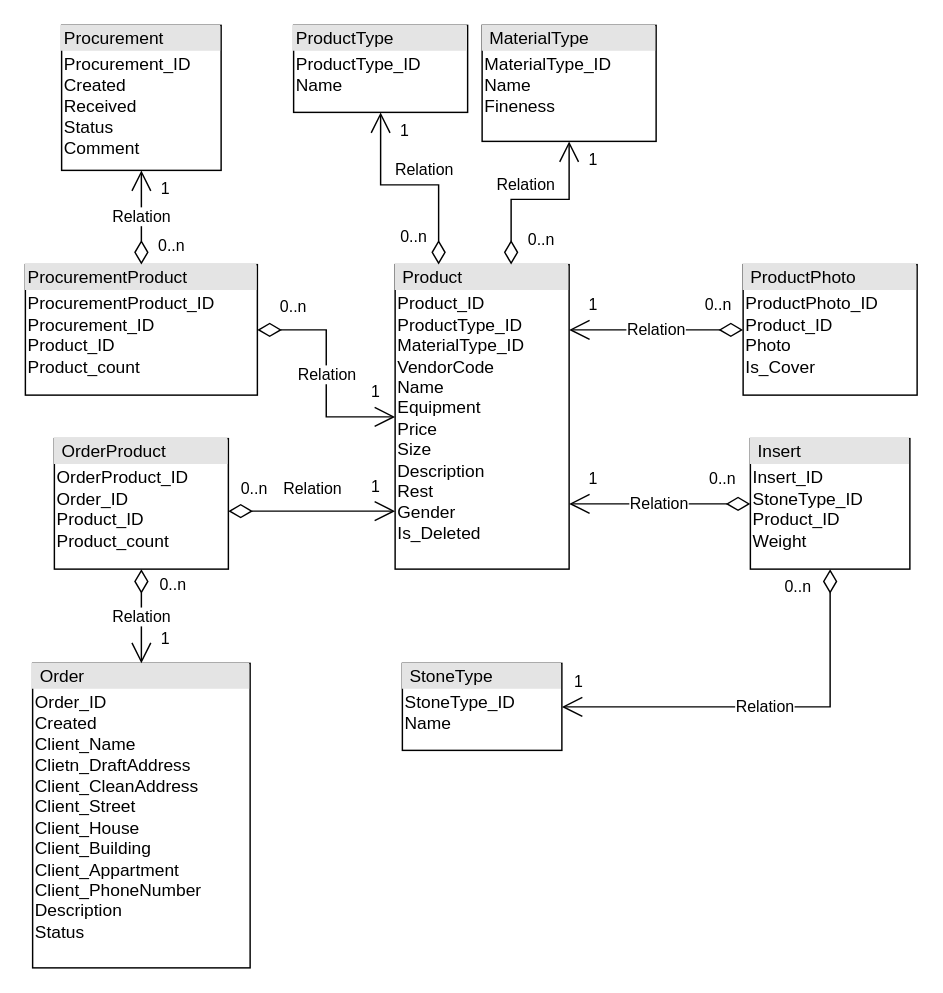
Before: ER-diagram-v4.drawio in omelchenkopete/SA, a draw.io diagram. Source tidied: cells renumbered, new cells numbered last; positions are measured from the earlier drawing's top-left corner, leaving out a move shared by most shapes. Both pictures are drawn from the tidied source at 145%, with x=0, y=0 at pixel (25, 25).
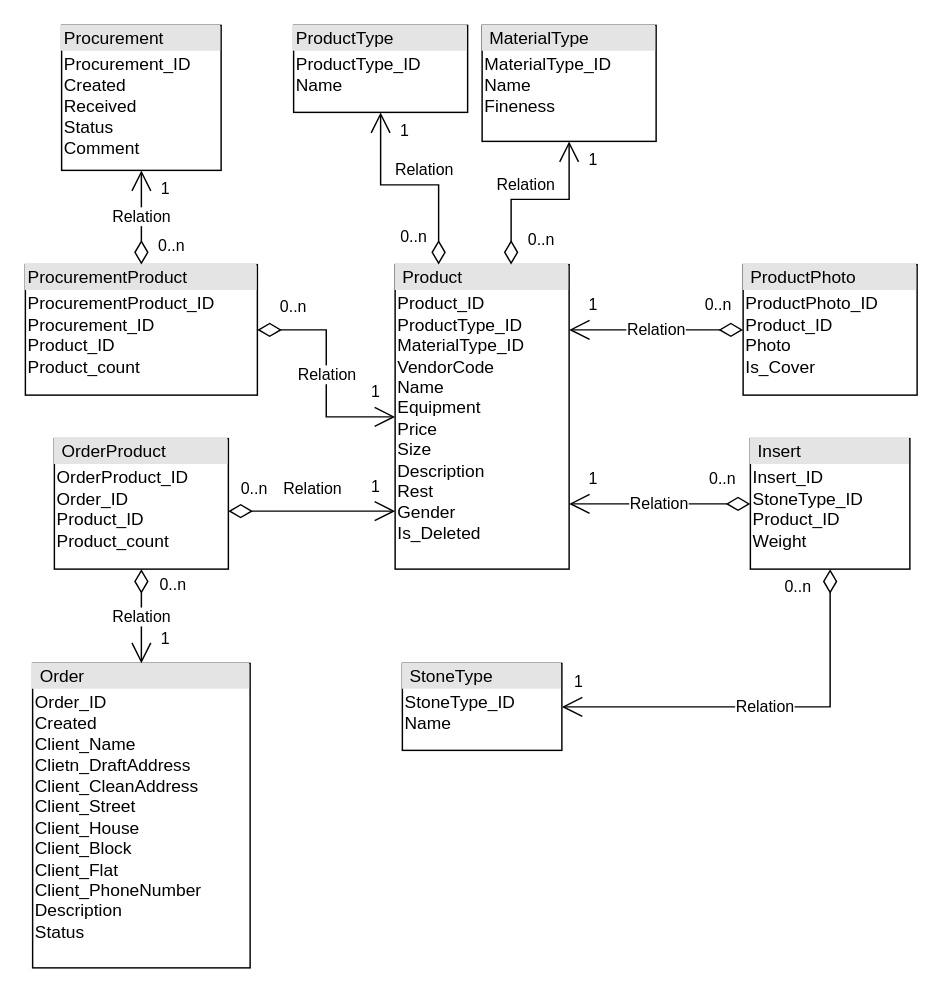
After the change.

Change to the diagram source:
```diff
@@
-    <mxCell id="23" value="&lt;div style=&quot;box-sizing:border-box;width:100%;background:#e4e4e4;padding:2px;&quot;&gt;&amp;nbsp;Order&lt;/div&gt;&lt;table style=&quot;width:100%;font-size:1em;&quot; cellpadding=&quot;2&quot; cellspacing=&quot;0&quot;&gt;&lt;tbody&gt;&lt;tr&gt;&lt;td&gt;Order_ID&lt;br&gt;Created&lt;br&gt;Client_Name&lt;br&gt;Clietn_DraftAddress&lt;br&gt;Client_CleanAddress&lt;br&gt;Client_Street&lt;br&gt;Client_House&lt;br&gt;Client_Building&lt;br&gt;Client_Appartment&lt;br&gt;Client_PhoneNumber&lt;br&gt;Description&lt;br&gt;Status&lt;br&gt;&lt;/td&gt;&lt;td&gt;&lt;/td&gt;&lt;/tr&gt;&lt;/tbody&gt;&lt;/table&gt;" style="verticalAlign=top;align=left;overflow=fill;html=1;whiteSpace=wrap;strokeColor=default;gradientColor=none;fillColor=default;rounded=0;glass=0;shadow=0;noLabel=0;portConstraintRotation=0;snapToPoint=0;fixDash=0;enumerate=0;comic=0;" parent="1" vertex="1">
+    <mxCell id="23" value="&lt;div style=&quot;box-sizing:border-box;width:100%;background:#e4e4e4;padding:2px;&quot;&gt;&amp;nbsp;Order&lt;/div&gt;&lt;table style=&quot;width:100%;font-size:1em;&quot; cellpadding=&quot;2&quot; cellspacing=&quot;0&quot;&gt;&lt;tbody&gt;&lt;tr&gt;&lt;td&gt;Order_ID&lt;br&gt;Created&lt;br&gt;Client_Name&lt;br&gt;Clietn_DraftAddress&lt;br&gt;Client_CleanAddress&lt;br&gt;Client_Street&lt;br&gt;Client_House&lt;br&gt;Client_Block&lt;br&gt;Client_Flat&lt;br&gt;Client_PhoneNumber&lt;br&gt;Description&lt;br&gt;Status&lt;br&gt;&lt;/td&gt;&lt;td&gt;&lt;/td&gt;&lt;/tr&gt;&lt;/tbody&gt;&lt;/table&gt;" style="verticalAlign=top;align=left;overflow=fill;html=1;whiteSpace=wrap;strokeColor=default;gradientColor=none;fillColor=default;rounded=0;glass=0;shadow=0;noLabel=0;portConstraintRotation=0;snapToPoint=0;fixDash=0;enumerate=0;comic=0;" parent="1" vertex="1">
       <mxGeometry x="5" y="440" width="150" height="210" as="geometry" />
     </mxCell>
```
